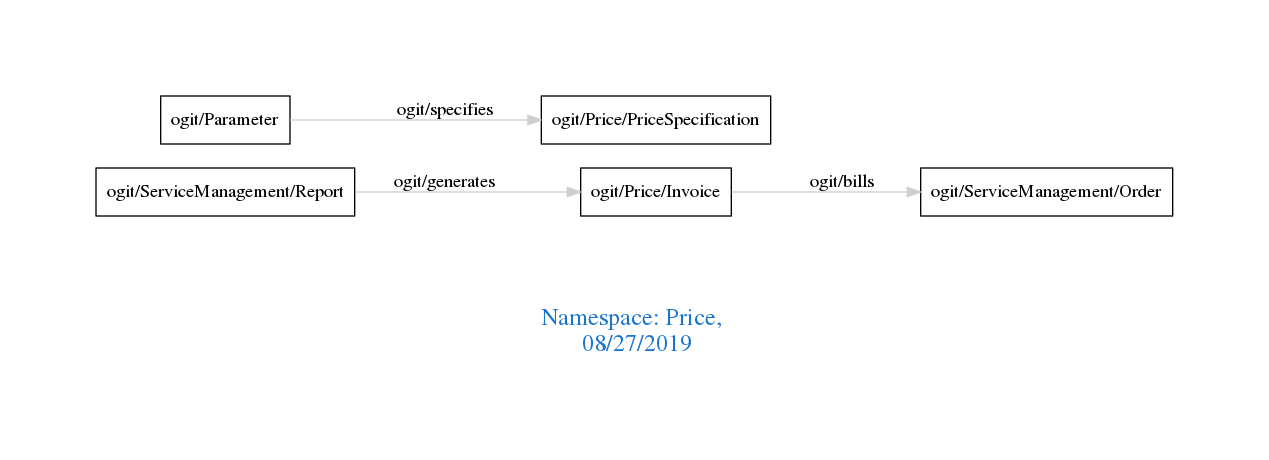
The Graphviz diagram downloads/Price.png in arago/OGIT, before a commit. Its source is kept beside it as downloads/Price.dot.
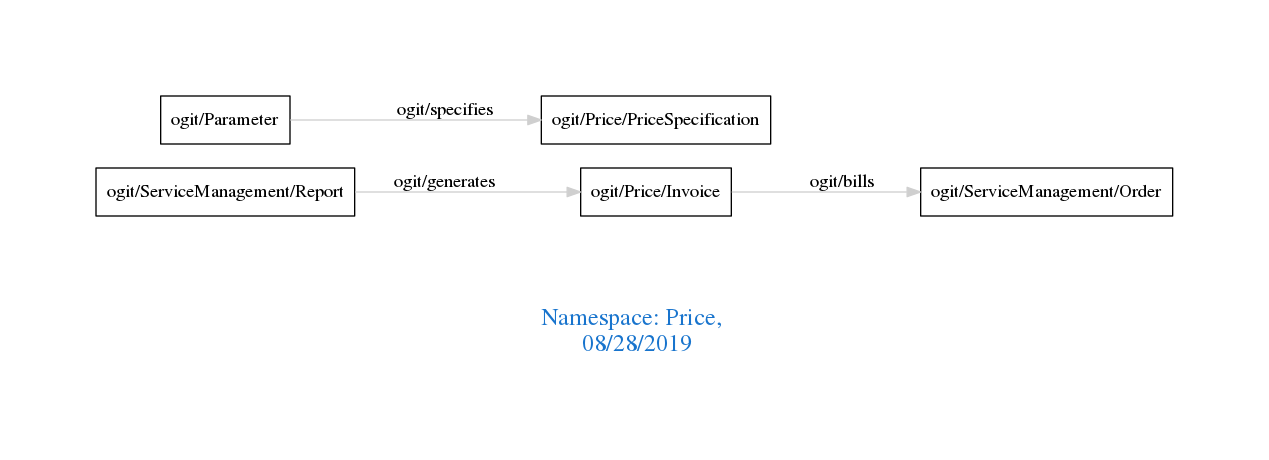
The same file after the commit.

The edit, as a diff of the source:
```diff
@@ -1,7 +1,7 @@
 digraph OGIT_ontology {
  graph [ rankdir= LR,pad=1
 fontsize = 18,
-fontcolor= dodgerblue3,label = "\n\n\nNamespace: Price, \n 08/27/2019"];
+fontcolor= dodgerblue3,label = "\n\n\nNamespace: Price, \n 08/28/2019"];
 node[shape=polygon];
 edge [  color="gray81"];
 
```
